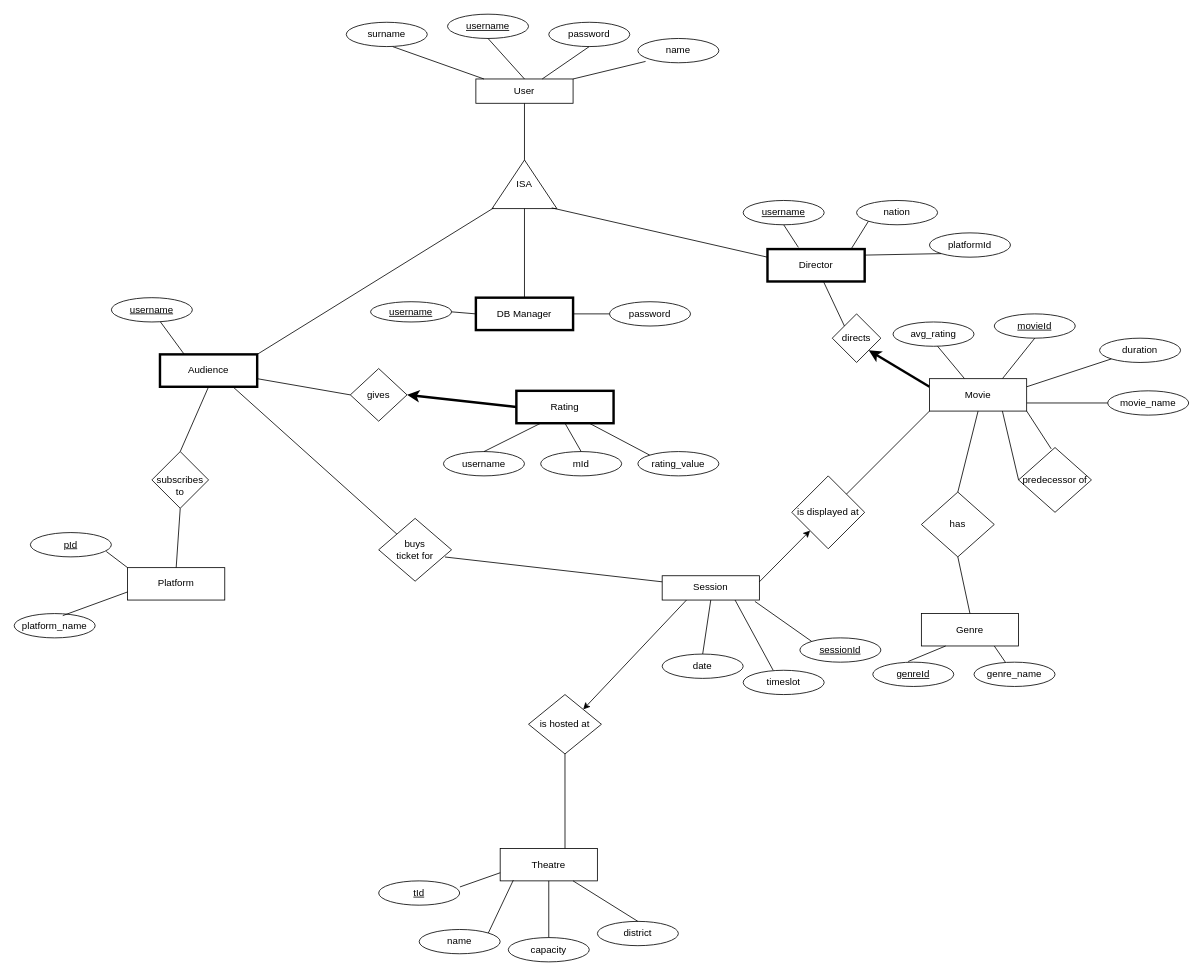
Above: movies-er.drawio in OnurKlc/draw.io_files (draw.io), before the change. Source tidied: cells renumbered, new cells numbered last; positions are measured from the earlier drawing's top-left corner, leaving out a move shared by most shapes. Both pictures are drawn from the tidied source at 81%, with x=0, y=0 at pixel (14, 14).
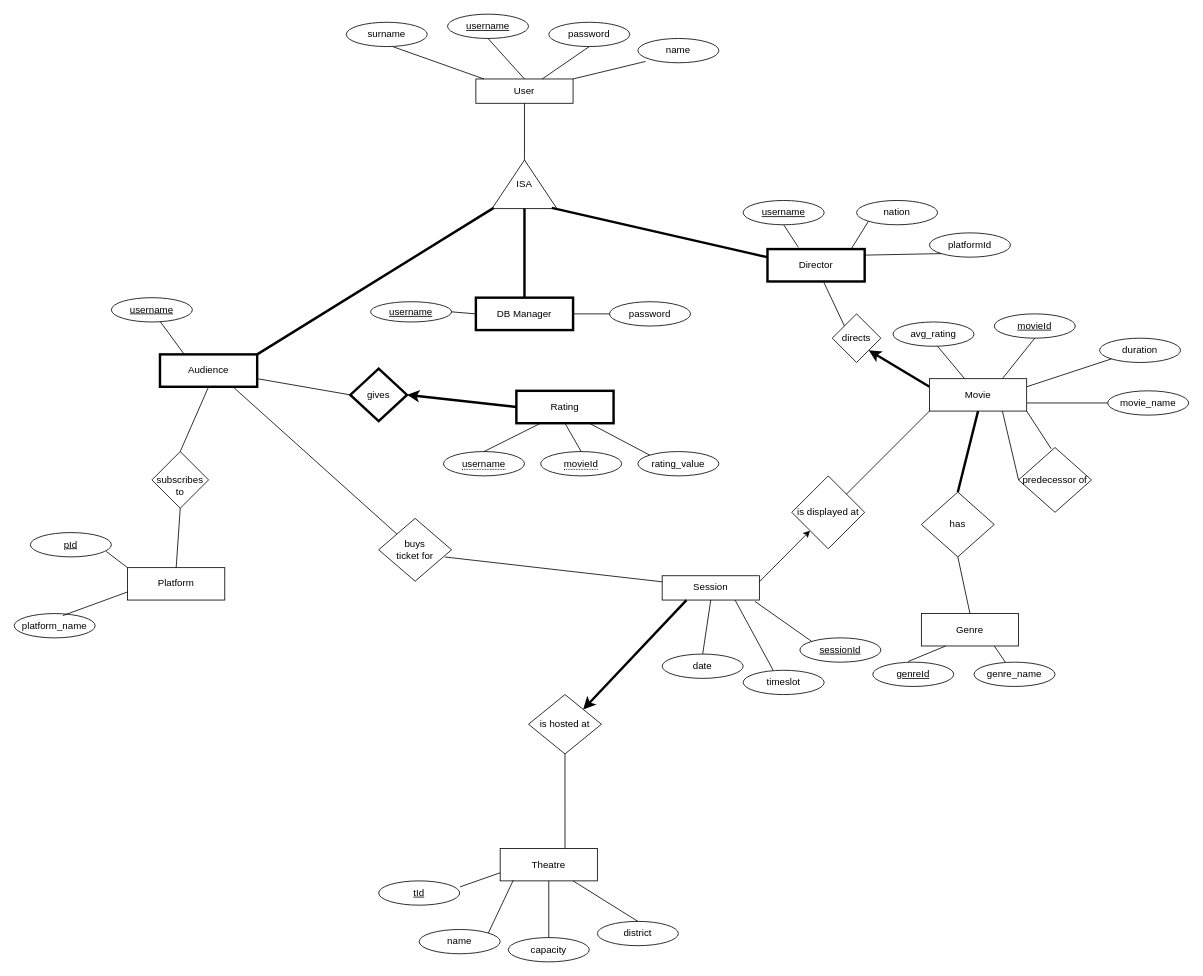
Above is the later version.

The change refers to these unchanged cells:
```xml
<mxCell id="12" value="ISA" style="triangle;whiteSpace=wrap;html=1;direction=north;" parent="1" vertex="1">
  <mxGeometry x="590" y="180" width="80" height="60" as="geometry" />
</mxCell>
<mxCell id="13" value="Audience" style="rounded=0;whiteSpace=wrap;html=1;strokeWidth=3;" parent="1" vertex="1">
  <mxGeometry x="180" y="420" width="120" height="40" as="geometry" />
</mxCell>
<mxCell id="14" value="Director" style="rounded=0;whiteSpace=wrap;html=1;strokeWidth=3;" parent="1" vertex="1">
  <mxGeometry x="930" y="290" width="120" height="40" as="geometry" />
</mxCell>
<mxCell id="25" value="Session" style="rounded=0;whiteSpace=wrap;html=1;" parent="1" vertex="1">
  <mxGeometry x="800" y="693.3" width="120" height="30" as="geometry" />
</mxCell>
<mxCell id="61" value="has" style="rhombus;whiteSpace=wrap;html=1;" parent="1" vertex="1">
  <mxGeometry x="1120" y="590" width="90" height="80" as="geometry" />
</mxCell>
<mxCell id="70" value="DB Manager" style="rounded=0;whiteSpace=wrap;html=1;strokeWidth=3;" parent="1" vertex="1">
  <mxGeometry x="570" y="350" width="120" height="40" as="geometry" />
</mxCell>
<mxCell id="80" value="is hosted at" style="rhombus;whiteSpace=wrap;html=1;" parent="1" vertex="1">
  <mxGeometry x="635" y="840" width="90" height="73.3" as="geometry" />
</mxCell>
<mxCell id="81" value="Movie" style="rounded=0;whiteSpace=wrap;html=1;" parent="1" vertex="1">
  <mxGeometry x="1130" y="450" width="120" height="40" as="geometry" />
</mxCell>
```

The edit, as a diff of the source:
```diff
@@
-    <mxCell id="15" style="endArrow=none;html=1;rounded=0;exitX=1;exitY=0;exitDx=0;exitDy=0;entryX=0.014;entryY=0.025;entryDx=0;entryDy=0;entryPerimeter=0;" parent="1" edge="1" source="13" target="12">
+    <mxCell id="15" style="endArrow=none;html=1;rounded=0;exitX=1;exitY=0;exitDx=0;exitDy=0;entryX=0.014;entryY=0.025;entryDx=0;entryDy=0;entryPerimeter=0;strokeWidth=3;" parent="1" edge="1" source="13" target="12">
       <mxGeometry relative="1" as="geometry" />
     </mxCell>
-    <mxCell id="16" style="endArrow=none;html=1;rounded=0;exitX=0;exitY=0.25;exitDx=0;exitDy=0;entryX=0.014;entryY=0.921;entryDx=0;entryDy=0;entryPerimeter=0;" parent="1" edge="1" source="14" target="12">
+    <mxCell id="16" style="endArrow=none;html=1;rounded=0;exitX=0;exitY=0.25;exitDx=0;exitDy=0;entryX=0.014;entryY=0.921;entryDx=0;entryDy=0;entryPerimeter=0;strokeWidth=3;" parent="1" edge="1" source="14" target="12">
       <mxGeometry relative="1" as="geometry" />
     </mxCell>
@@
-    <mxCell id="58" style="endArrow=classic;html=1;rounded=0;entryX=1;entryY=0;entryDx=0;entryDy=0;exitX=0.25;exitY=1;exitDx=0;exitDy=0;" parent="1" edge="1" source="25" target="80">
+    <mxCell id="58" style="endArrow=classic;html=1;rounded=0;entryX=1;entryY=0;entryDx=0;entryDy=0;exitX=0.25;exitY=1;exitDx=0;exitDy=0;strokeWidth=3;" parent="1" edge="1" source="25" target="80">
       <mxGeometry relative="1" as="geometry" />
     </mxCell>
@@
-    <mxCell id="62" style="endArrow=none;html=1;rounded=0;entryX=0.5;entryY=0;entryDx=0;entryDy=0;exitX=0.5;exitY=1;exitDx=0;exitDy=0;strokeWidth=1;" parent="1" edge="1" source="81" target="61">
+    <mxCell id="62" style="endArrow=none;html=1;rounded=0;entryX=0.5;entryY=0;entryDx=0;entryDy=0;exitX=0.5;exitY=1;exitDx=0;exitDy=0;strokeWidth=3;" parent="1" edge="1" source="81" target="61">
       <mxGeometry relative="1" as="geometry" />
     </mxCell>
@@
-    <mxCell id="68" value="gives" style="rhombus;whiteSpace=wrap;html=1;" parent="1" vertex="1">
+    <mxCell id="68" value="gives" style="rhombus;whiteSpace=wrap;html=1;strokeWidth=3;" parent="1" vertex="1">
       <mxGeometry x="415" y="437.5" width="70" height="65" as="geometry" />
     </mxCell>
@@
-    <mxCell id="71" style="endArrow=none;html=1;rounded=0;entryX=0;entryY=0.5;entryDx=0;entryDy=0;exitX=0.5;exitY=0;exitDx=0;exitDy=0;" parent="1" edge="1" source="70" target="12">
+    <mxCell id="71" style="endArrow=none;html=1;rounded=0;entryX=0;entryY=0.5;entryDx=0;entryDy=0;exitX=0.5;exitY=0;exitDx=0;exitDy=0;strokeWidth=3;" parent="1" edge="1" source="70" target="12">
       <mxGeometry relative="1" as="geometry" />
     </mxCell>
@@
-    <mxCell id="86" value="mId" style="ellipse;whiteSpace=wrap;html=1;" parent="1" vertex="1">
+    <mxCell id="86" value="&lt;div style=&quot;border-bottom: 1px dotted black&quot;&gt;movieId&lt;/div&gt;" style="ellipse;whiteSpace=wrap;html=1;" parent="1" vertex="1">
       <mxGeometry x="650" y="540" width="100" height="30" as="geometry" />
     </mxCell>
-    <mxCell id="87" value="username" style="ellipse;whiteSpace=wrap;html=1;" parent="1" vertex="1">
+    <mxCell id="87" value="&lt;div style=&quot;border-bottom: 1px dotted black&quot;&gt;username&lt;/div&gt;" style="ellipse;whiteSpace=wrap;html=1;" parent="1" vertex="1">
       <mxGeometry x="530" y="540" width="100" height="30" as="geometry" />
     </mxCell>
```
